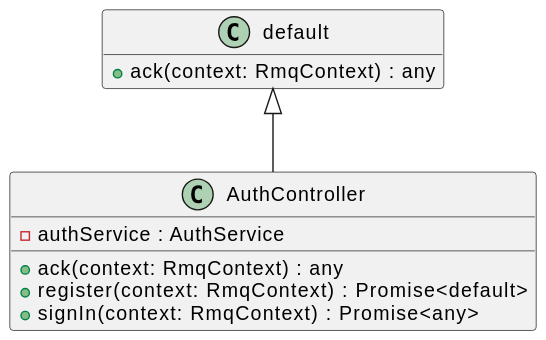
This is assets/AuthController-umlClassDiagram-17.svg from Nathandelenclos/Area, a PlantUML export, as it was before one commit. Its diagram source:
```plantuml
@startuml
skinparam BackgroundColor transparent
hide empty methods
hide empty fields
class "AuthController" {
    -authService : AuthService
    +ack(context: RmqContext) : any
    +register(context: RmqContext) : Promise<default>
    +signIn(context: RmqContext) : Promise<any>
}
class "default" {
    +ack(context: RmqContext) : any
}
"default" <|-- "AuthController"
@enduml
```
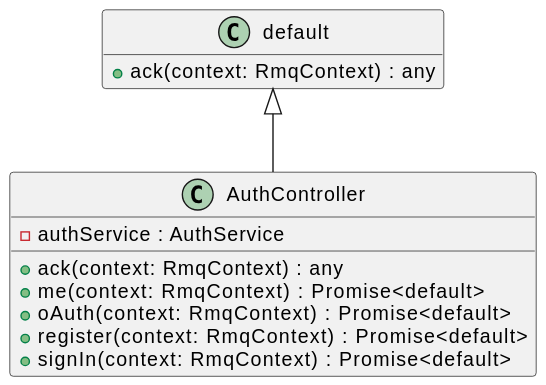
The same diagram one commit later.

The edit, as a diff of the source:
```diff
@@ -5,8 +5,10 @@
 class "AuthController" {
     -authService : AuthService
     +ack(context: RmqContext) : any
+    +me(context: RmqContext) : Promise<default>
+    +oAuth(context: RmqContext) : Promise<default>
     +register(context: RmqContext) : Promise<default>
-    +signIn(context: RmqContext) : Promise<any>
+    +signIn(context: RmqContext) : Promise<default>
 }
 class "default" {
     +ack(context: RmqContext) : any
```
